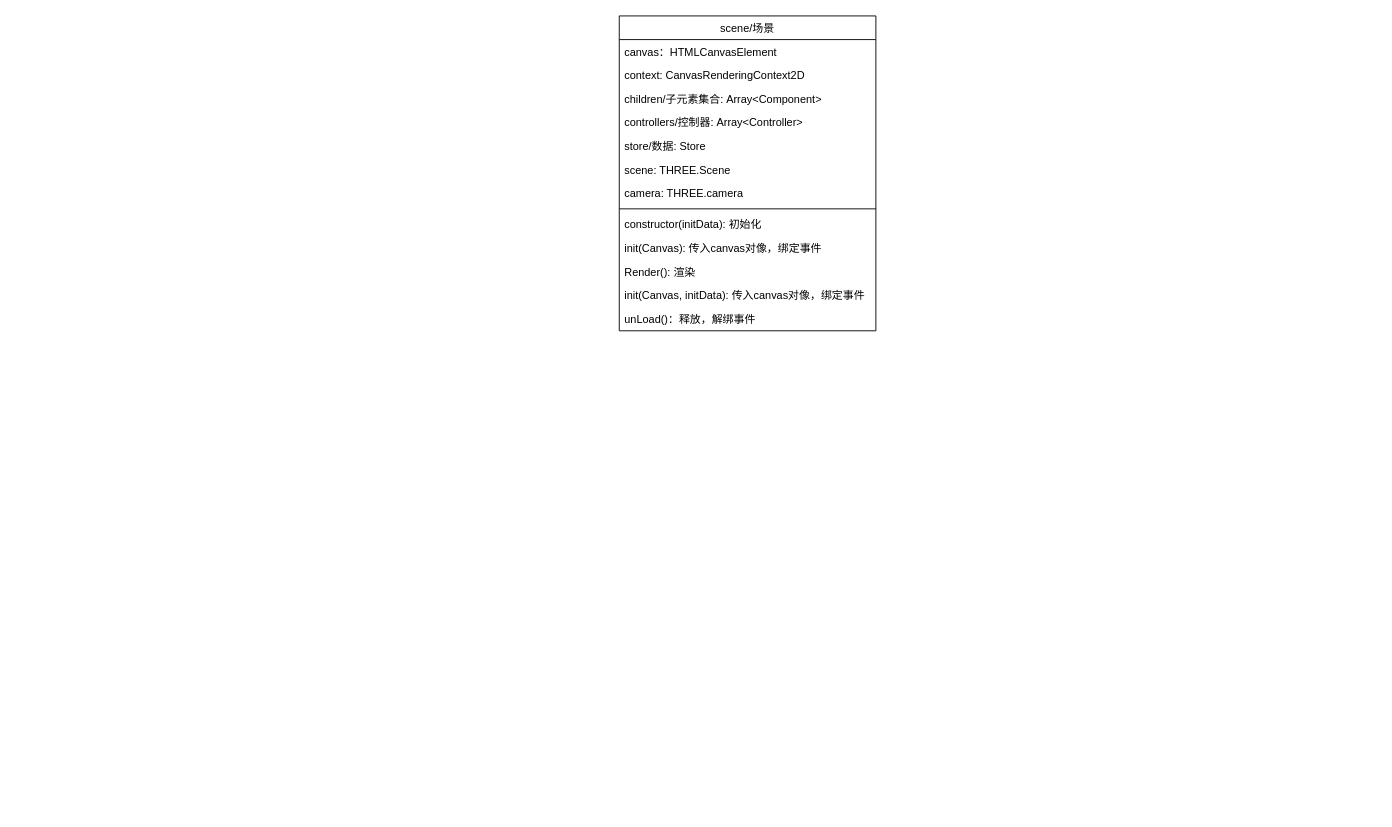
Before: Untitled Diagram.drawio in hiotk/umldiagrams, a draw.io diagram. Source tidied: cells renumbered, new cells numbered last; positions are measured from the earlier drawing's top-left corner, leaving out a move shared by most shapes. Both pictures are drawn from the tidied source at 91%, with x=0, y=0 at pixel (619, 15).
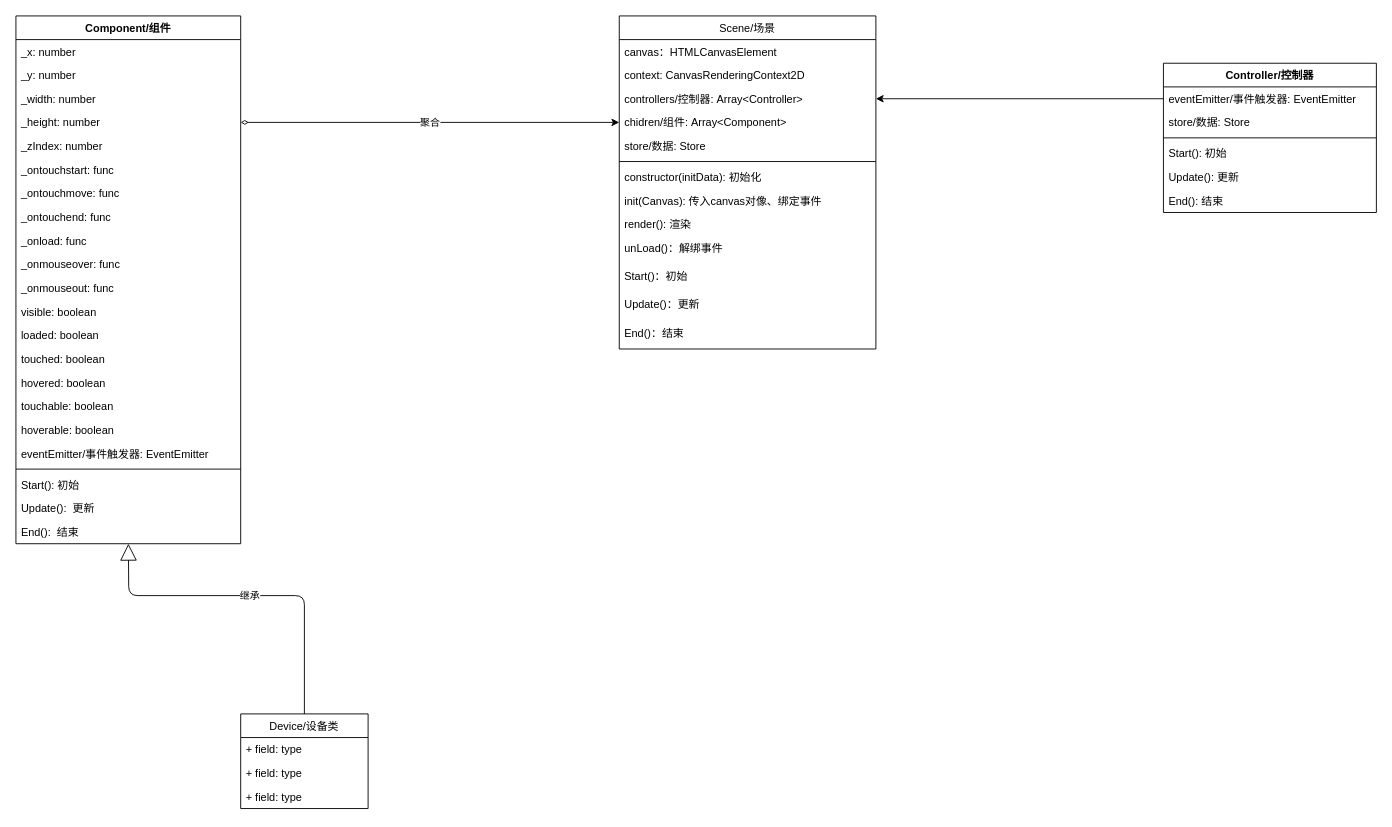
The same page after the edit.

Change to the diagram source:
```diff
@@
-    <mxCell id="2" value="scene/场景" style="swimlane;fontStyle=0;align=center;verticalAlign=top;horizontal=1;startSize=26;rounded=0;shadow=0;strokeWidth=1;" parent="1" vertex="1">
-      <mxGeometry width="282" height="346" as="geometry" />
+    <mxCell id="2" value="Scene/场景" style="swimlane;fontStyle=0;align=center;verticalAlign=top;horizontal=1;startSize=26;rounded=0;shadow=0;strokeWidth=1;" parent="1" vertex="1">
+      <mxGeometry width="282" height="366" as="geometry" />
     </mxCell>
@@
-    <mxCell id="5" value="children/子元素集合: Array&lt;Component&gt;" style="text;align=left;verticalAlign=top;spacingLeft=4;spacingRight=4;overflow=hidden;rounded=0;shadow=0;html=0;" parent="2" vertex="1">
-      <mxGeometry y="78" width="282" height="26" as="geometry" />
-    </mxCell>
     <mxCell id="6" value="controllers/控制器: Array&lt;Controller&gt;" style="text;align=left;verticalAlign=top;spacingLeft=4;spacingRight=4;overflow=hidden;points=[[0,0.5],[1,0.5]];portConstraint=eastwest;rounded=0;shadow=0;html=0;" parent="2" vertex="1">
-      <mxGeometry y="104" width="282" height="26" as="geometry" />
+      <mxGeometry y="78" width="282" height="26" as="geometry" />
     </mxCell>
+    <mxCell id="16" value="chidren/组件: Array&lt;Component&gt;" style="text;align=left;verticalAlign=top;spacingLeft=4;spacingRight=4;overflow=hidden;points=[[0,0.5],[1,0.5]];portConstraint=eastwest;rounded=0;shadow=0;html=0;" parent="2" vertex="1">
+      <mxGeometry y="104" width="282" height="26" as="geometry" />
+    </mxCell>
@@
-    <mxCell id="8" value="scene: THREE.Scene" style="text;align=left;verticalAlign=top;spacingLeft=4;spacingRight=4;overflow=hidden;rounded=0;shadow=0;html=0;" parent="2" vertex="1">
-      <mxGeometry y="156" width="282" height="26" as="geometry" />
-    </mxCell>
-    <mxCell id="9" value="camera: THREE.camera" style="text;align=left;verticalAlign=top;spacingLeft=4;spacingRight=4;overflow=hidden;rounded=0;shadow=0;html=0;" parent="2" vertex="1">
-      <mxGeometry y="182" width="282" height="26" as="geometry" />
-    </mxCell>
     <mxCell id="10" style="line;html=1;strokeWidth=1;align=left;verticalAlign=middle;spacingTop=-1;spacingLeft=3;spacingRight=3;labelPosition=right;" parent="2" vertex="1">
-      <mxGeometry y="208" width="282" height="8" as="geometry" />
+      <mxGeometry y="156" width="282" height="8" as="geometry" />
     </mxCell>
     <mxCell id="11" value="constructor(initData): 初始化" style="text;align=left;verticalAlign=top;spacingLeft=4;spacingRight=4;overflow=hidden;" parent="2" vertex="1">
-      <mxGeometry y="216" width="282" height="26" as="geometry" />
+      <mxGeometry y="164" width="282" height="26" as="geometry" />
     </mxCell>
-    <mxCell id="12" value="init(Canvas): 传入canvas对像，绑定事件 " style="text;align=left;verticalAlign=top;spacingLeft=4;spacingRight=4;overflow=hidden;" parent="2" vertex="1">
-      <mxGeometry y="242" width="282" height="26" as="geometry" />
+    <mxCell id="12" value="init(Canvas): 传入canvas对像、绑定事件 " style="text;align=left;verticalAlign=top;spacingLeft=4;spacingRight=4;overflow=hidden;" parent="2" vertex="1">
+      <mxGeometry y="190" width="282" height="26" as="geometry" />
     </mxCell>
-    <mxCell id="13" value="Render(): 渲染" style="text;align=left;verticalAlign=top;spacingLeft=4;spacingRight=4;overflow=hidden;" parent="2" vertex="1">
-      <mxGeometry y="268" width="282" height="26" as="geometry" />
+    <mxCell id="13" value="render(): 渲染" style="text;align=left;verticalAlign=top;spacingLeft=4;spacingRight=4;overflow=hidden;" parent="2" vertex="1">
+      <mxGeometry y="216" width="282" height="26" as="geometry" />
     </mxCell>
-    <mxCell id="14" value="init(Canvas, initData): 传入canvas对像，绑定事件 " style="text;align=left;verticalAlign=top;spacingLeft=4;spacingRight=4;overflow=hidden;" parent="2" vertex="1">
-      <mxGeometry y="294" width="282" height="26" as="geometry" />
-    </mxCell>
-    <mxCell id="15" value="unLoad()：释放，解绑事件" style="text;align=left;verticalAlign=top;spacingLeft=4;spacingRight=4;overflow=hidden;" parent="2" vertex="1">
-      <mxGeometry y="320" width="282" height="26" as="geometry" />
+    <mxCell id="15" value="unLoad()：解绑事件" style="text;align=left;verticalAlign=top;spacingLeft=4;spacingRight=4;overflow=hidden;" parent="2" vertex="1">
+      <mxGeometry y="242" width="282" height="31" as="geometry" />
     </mxCell>
+    <mxCell id="17" value="Start()：初始" style="text;align=left;verticalAlign=top;spacingLeft=4;spacingRight=4;overflow=hidden;" parent="2" vertex="1">
+      <mxGeometry y="273" width="282" height="31" as="geometry" />
+    </mxCell>
+    <mxCell id="18" value="Update()：更新" style="text;align=left;verticalAlign=top;spacingLeft=4;spacingRight=4;overflow=hidden;" parent="2" vertex="1">
+      <mxGeometry y="304" width="282" height="31" as="geometry" />
+    </mxCell>
+    <mxCell id="19" value="End()：结束" style="text;align=left;verticalAlign=top;spacingLeft=4;spacingRight=4;overflow=hidden;" parent="2" vertex="1">
+      <mxGeometry y="335" width="282" height="31" as="geometry" />
+    </mxCell>
+    <mxCell id="20" value="Component/组件" style="swimlane;fontStyle=1;align=center;verticalAlign=top;horizontal=1;startSize=26;fillColor=none;" parent="1" vertex="1">
+      <mxGeometry x="-663" width="247" height="580" as="geometry" />
+    </mxCell>
+    <mxCell id="21" value="_x: number" style="text;strokeColor=none;fillColor=none;align=left;verticalAlign=top;spacingLeft=4;spacingRight=4;overflow=hidden;" parent="20" vertex="1">
+      <mxGeometry y="26" width="247" height="26" as="geometry" />
+    </mxCell>
+    <mxCell id="22" value="_y: number" style="text;strokeColor=none;fillColor=none;align=left;verticalAlign=top;spacingLeft=4;spacingRight=4;overflow=hidden;" parent="20" vertex="1">
+      <mxGeometry y="52" width="247" height="26" as="geometry" />
+    </mxCell>
+    <mxCell id="23" value="_width: number " style="text;strokeColor=none;fillColor=none;align=left;verticalAlign=top;spacingLeft=4;spacingRight=4;overflow=hidden;" parent="20" vertex="1">
+      <mxGeometry y="78" width="247" height="26" as="geometry" />
+    </mxCell>
+    <mxCell id="24" value="_height: number" style="text;strokeColor=none;fillColor=none;align=left;verticalAlign=top;spacingLeft=4;spacingRight=4;overflow=hidden;points=[[0,0.5],[1,0.5]];portConstraint=eastwest;" parent="20" vertex="1">
+      <mxGeometry y="104" width="247" height="26" as="geometry" />
+    </mxCell>
+    <mxCell id="25" value="_zIndex: number" style="text;strokeColor=none;fillColor=none;align=left;verticalAlign=top;spacingLeft=4;spacingRight=4;overflow=hidden;" parent="20" vertex="1">
+      <mxGeometry y="130" width="247" height="26" as="geometry" />
+    </mxCell>
+    <mxCell id="26" value="_ontouchstart: func" style="text;strokeColor=none;fillColor=none;align=left;verticalAlign=top;spacingLeft=4;spacingRight=4;overflow=hidden;" parent="20" vertex="1">
+      <mxGeometry y="156" width="247" height="26" as="geometry" />
+    </mxCell>
+    <mxCell id="27" value="_ontouchmove: func" style="text;strokeColor=none;fillColor=none;align=left;verticalAlign=top;spacingLeft=4;spacingRight=4;overflow=hidden;" parent="20" vertex="1">
+      <mxGeometry y="182" width="247" height="26" as="geometry" />
+    </mxCell>
+    <mxCell id="28" value="_ontouchend: func" style="text;strokeColor=none;fillColor=none;align=left;verticalAlign=top;spacingLeft=4;spacingRight=4;overflow=hidden;" parent="20" vertex="1">
+      <mxGeometry y="208" width="247" height="26" as="geometry" />
+    </mxCell>
+    <mxCell id="29" value="_onload: func" style="text;strokeColor=none;fillColor=none;align=left;verticalAlign=top;spacingLeft=4;spacingRight=4;overflow=hidden;" parent="20" vertex="1">
+      <mxGeometry y="234" width="247" height="26" as="geometry" />
+    </mxCell>
+    <mxCell id="30" value="_onmouseover: func" style="text;strokeColor=none;fillColor=none;align=left;verticalAlign=top;spacingLeft=4;spacingRight=4;overflow=hidden;" parent="20" vertex="1">
+      <mxGeometry y="260" width="247" height="26" as="geometry" />
+    </mxCell>
+    <mxCell id="31" value="_onmouseout: func" style="text;strokeColor=none;fillColor=none;align=left;verticalAlign=top;spacingLeft=4;spacingRight=4;overflow=hidden;" parent="20" vertex="1">
+      <mxGeometry y="286" width="247" height="26" as="geometry" />
+    </mxCell>
+    <mxCell id="32" value="visible: boolean" style="text;strokeColor=none;fillColor=none;align=left;verticalAlign=top;spacingLeft=4;spacingRight=4;overflow=hidden;" parent="20" vertex="1">
+      <mxGeometry y="312" width="247" height="26" as="geometry" />
+    </mxCell>
+    <mxCell id="33" value="loaded: boolean" style="text;strokeColor=none;fillColor=none;align=left;verticalAlign=top;spacingLeft=4;spacingRight=4;overflow=hidden;" parent="20" vertex="1">
+      <mxGeometry y="338" width="247" height="26" as="geometry" />
+    </mxCell>
+    <mxCell id="34" value="touched: boolean" style="text;strokeColor=none;fillColor=none;align=left;verticalAlign=top;spacingLeft=4;spacingRight=4;overflow=hidden;" parent="20" vertex="1">
+      <mxGeometry y="364" width="247" height="26" as="geometry" />
+    </mxCell>
+    <mxCell id="35" value="hovered: boolean" style="text;strokeColor=none;fillColor=none;align=left;verticalAlign=top;spacingLeft=4;spacingRight=4;overflow=hidden;" parent="20" vertex="1">
+      <mxGeometry y="390" width="247" height="26" as="geometry" />
+    </mxCell>
+    <mxCell id="36" value="touchable: boolean" style="text;strokeColor=none;fillColor=none;align=left;verticalAlign=top;spacingLeft=4;spacingRight=4;overflow=hidden;" parent="20" vertex="1">
+      <mxGeometry y="416" width="247" height="26" as="geometry" />
+    </mxCell>
+    <mxCell id="37" value="hoverable: boolean" style="text;strokeColor=none;fillColor=none;align=left;verticalAlign=top;spacingLeft=4;spacingRight=4;overflow=hidden;" parent="20" vertex="1">
+      <mxGeometry y="442" width="247" height="26" as="geometry" />
+    </mxCell>
+    <mxCell id="38" value="eventEmitter/事件触发器: EventEmitter" style="text;strokeColor=none;fillColor=none;align=left;verticalAlign=top;spacingLeft=4;spacingRight=4;overflow=hidden;" parent="20" vertex="1">
+      <mxGeometry y="468" width="247" height="26" as="geometry" />
+    </mxCell>
+    <mxCell id="39" style="line;strokeWidth=1;fillColor=none;align=left;verticalAlign=middle;spacingTop=-1;spacingLeft=3;spacingRight=3;labelPosition=right;" parent="20" vertex="1">
+      <mxGeometry y="494" width="247" height="8" as="geometry" />
+    </mxCell>
+    <mxCell id="40" value="Start(): 初始" style="text;strokeColor=none;fillColor=none;align=left;verticalAlign=top;spacingLeft=4;spacingRight=4;overflow=hidden;" parent="20" vertex="1">
+      <mxGeometry y="502" width="247" height="26" as="geometry" />
+    </mxCell>
+    <mxCell id="41" value="Update():  更新" style="text;strokeColor=none;fillColor=none;align=left;verticalAlign=top;spacingLeft=4;spacingRight=4;overflow=hidden;" parent="20" vertex="1">
+      <mxGeometry y="528" width="247" height="26" as="geometry" />
+    </mxCell>
+    <mxCell id="42" value="End():  结束" style="text;strokeColor=none;fillColor=none;align=left;verticalAlign=top;spacingLeft=4;spacingRight=4;overflow=hidden;points=[[0,0.5],[1,0.5]];portConstraint=eastwest;" parent="20" vertex="1">
+      <mxGeometry y="554" width="247" height="26" as="geometry" />
+    </mxCell>
+    <mxCell id="43" value="聚合" style="edgeStyle=orthogonalEdgeStyle;rounded=0;jettySize=auto;html=1;exitX=1;exitY=0.5;exitDx=0;exitDy=0;entryX=0;entryY=0.5;entryDx=0;entryDy=0;startArrow=diamondThin;startFill=0;" parent="1" edge="1" source="24" target="16">
+      <mxGeometry relative="1" as="geometry" />
+    </mxCell>
+    <mxCell id="44" value="Controller/控制器" style="swimlane;fontStyle=1;align=center;verticalAlign=top;horizontal=1;startSize=26;fillColor=none;" parent="1" vertex="1">
+      <mxGeometry x="598" y="52" width="234" height="164" as="geometry" />
+    </mxCell>
+    <mxCell id="45" value="eventEmitter/事件触发器: EventEmitter" style="text;strokeColor=none;fillColor=none;align=left;verticalAlign=top;spacingLeft=4;spacingRight=4;overflow=hidden;points=[[0,0.5],[1,0.5]];portConstraint=eastwest;" parent="44" vertex="1">
+      <mxGeometry y="26" width="234" height="26" as="geometry" />
+    </mxCell>
+    <mxCell id="46" value="store/数据: Store" style="text;strokeColor=none;fillColor=none;align=left;verticalAlign=top;spacingLeft=4;spacingRight=4;overflow=hidden;" parent="44" vertex="1">
+      <mxGeometry y="52" width="234" height="26" as="geometry" />
+    </mxCell>
+    <mxCell id="47" style="line;strokeWidth=1;fillColor=none;align=left;verticalAlign=middle;spacingTop=-1;spacingLeft=3;spacingRight=3;labelPosition=right;" parent="44" vertex="1">
+      <mxGeometry y="78" width="234" height="8" as="geometry" />
+    </mxCell>
+    <mxCell id="48" value="Start(): 初始" style="text;strokeColor=none;fillColor=none;align=left;verticalAlign=top;spacingLeft=4;spacingRight=4;overflow=hidden;" parent="44" vertex="1">
+      <mxGeometry y="86" width="234" height="26" as="geometry" />
+    </mxCell>
+    <mxCell id="49" value="Update(): 更新" style="text;strokeColor=none;fillColor=none;align=left;verticalAlign=top;spacingLeft=4;spacingRight=4;overflow=hidden;" parent="44" vertex="1">
+      <mxGeometry y="112" width="234" height="26" as="geometry" />
+    </mxCell>
+    <mxCell id="50" value="End(): 结束" style="text;strokeColor=none;fillColor=none;align=left;verticalAlign=top;spacingLeft=4;spacingRight=4;overflow=hidden;" parent="44" vertex="1">
+      <mxGeometry y="138" width="234" height="26" as="geometry" />
+    </mxCell>
+    <mxCell id="51" style="edgeStyle=orthogonalEdgeStyle;rounded=0;jettySize=auto;html=1;exitX=0;exitY=0.5;exitDx=0;exitDy=0;startArrow=none;startFill=0;" parent="1" edge="1" source="45" target="6">
+      <mxGeometry relative="1" as="geometry">
+        <Array as="points">
+          <mxPoint x="403" y="91" />
+        </Array>
+      </mxGeometry>
+    </mxCell>
+    <mxCell id="52" value="Device/设备类" style="swimlane;fontStyle=0;horizontal=1;startSize=26;fillColor=none;" parent="1" vertex="1">
+      <mxGeometry x="-416" y="767" width="140" height="104" as="geometry" />
+    </mxCell>
+    <mxCell id="53" value="+ field: type" style="text;strokeColor=none;fillColor=none;align=left;verticalAlign=top;spacingLeft=4;spacingRight=4;overflow=hidden;" parent="52" vertex="1">
+      <mxGeometry y="26" width="140" height="26" as="geometry" />
+    </mxCell>
+    <mxCell id="54" value="+ field: type" style="text;strokeColor=none;fillColor=none;align=left;verticalAlign=top;spacingLeft=4;spacingRight=4;overflow=hidden;" parent="52" vertex="1">
+      <mxGeometry y="52" width="140" height="26" as="geometry" />
+    </mxCell>
+    <mxCell id="55" value="+ field: type" style="text;strokeColor=none;fillColor=none;align=left;verticalAlign=top;spacingLeft=4;spacingRight=4;overflow=hidden;" parent="52" vertex="1">
+      <mxGeometry y="78" width="140" height="26" as="geometry" />
+    </mxCell>
+    <mxCell id="56" value="继承" style="endArrow=block;endSize=16;endFill=0;html=1;exitX=0.5;exitY=0;exitDx=0;exitDy=0;" parent="1" edge="1" source="52" target="42">
+      <mxGeometry relative="1" as="geometry">
+        <Array as="points">
+          <mxPoint x="-346" y="637" />
+          <mxPoint x="-539" y="637" />
+        </Array>
+      </mxGeometry>
+    </mxCell>
```
